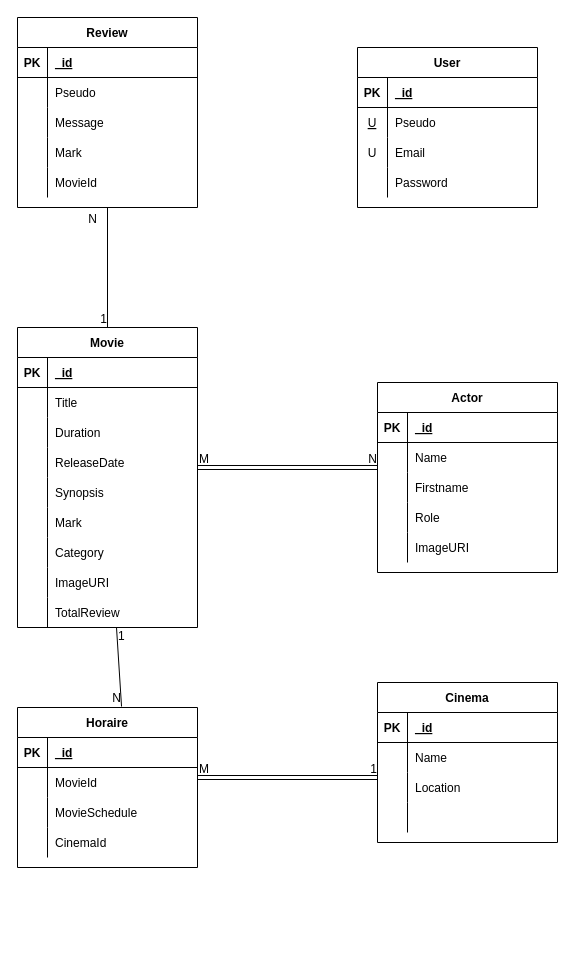
This is Doc/MCD/AluilCineMCD.drawio from thomasMagalhaes30/AluilCine, a draw.io file, before an edit. Source tidied: cells renumbered, new cells numbered last; positions are measured from the earlier drawing's top-left corner, leaving out a move shared by most shapes. Both pictures are drawn from the tidied source at 100%, with x=0, y=0 at pixel (17, 17).
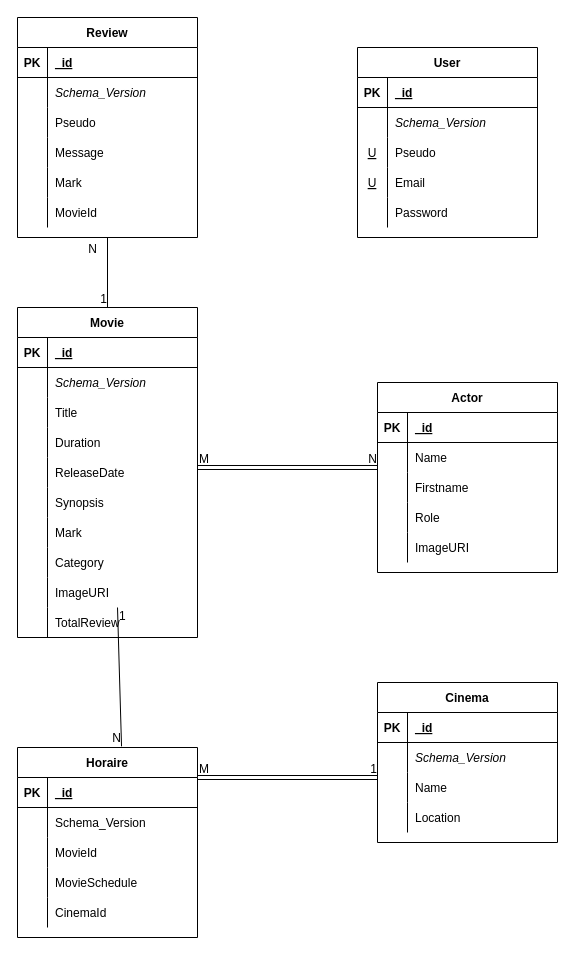
After the change.

Commit message (it also covers changes not shown here):
Modification MCD

The change refers to these unchanged cells:
```xml
<mxCell id="6" style="shape=tableRow;horizontal=0;startSize=0;swimlaneHead=0;swimlaneBody=0;fillColor=none;top=0;left=0;right=0;bottom=0;" parent="2" vertex="1">
  <mxGeometry y="60" width="180" height="30" as="geometry" />
</mxCell>
<mxCell id="49" value="Cinema" style="shape=table;startSize=30;childLayout=tableLayout;rowLines=0;fontStyle=1;align=center;" parent="1" vertex="1">
  <mxGeometry x="360" y="665" width="180" height="160" as="geometry" />
</mxCell>
<mxCell id="53" style="shape=tableRow;horizontal=0;startSize=0;swimlaneHead=0;swimlaneBody=0;fillColor=none;top=0;left=0;right=0;bottom=0;" parent="49" vertex="1">
  <mxGeometry y="60" width="180" height="30" as="geometry" />
</mxCell>
<mxCell id="66" style="shape=tableRow;horizontal=0;startSize=0;swimlaneHead=0;swimlaneBody=0;fillColor=none;top=0;left=0;right=0;bottom=0;" parent="62" vertex="1">
  <mxGeometry y="60" width="180" height="30" as="geometry" />
</mxCell>
<mxCell id="82" style="shape=tableRow;horizontal=0;startSize=0;swimlaneHead=0;swimlaneBody=0;fillColor=none;top=0;left=0;right=0;bottom=0;" parent="78" vertex="1">
  <mxGeometry y="60" width="180" height="30" as="geometry" />
</mxCell>
<mxCell id="95" style="shape=tableRow;horizontal=0;startSize=0;swimlaneHead=0;swimlaneBody=0;fillColor=none;top=0;left=0;right=0;bottom=0;" parent="91" vertex="1">
  <mxGeometry y="60" width="180" height="30" as="geometry" />
</mxCell>
```

Change to the diagram source:
```diff
@@
     <mxCell id="2" value="Movie" style="shape=table;startSize=30;childLayout=tableLayout;rowLines=0;fontStyle=1;align=center;" parent="1" vertex="1">
-      <mxGeometry y="310" width="180" height="300" as="geometry" />
+      <mxGeometry y="290" width="180" height="330" as="geometry" />
     </mxCell>
@@
-    <mxCell id="8" value="Title" style="shape=partialRectangle;fillColor=none;top=0;left=0;bottom=0;right=0;align=left;spacingLeft=6;overflow=hidden;" parent="6" vertex="1">
+    <mxCell id="8" value="Schema_Version" style="shape=partialRectangle;fillColor=none;top=0;left=0;bottom=0;right=0;align=left;spacingLeft=6;overflow=hidden;fontStyle=2;" parent="6" vertex="1">
       <mxGeometry x="30" width="150" height="30" as="geometry" />
     </mxCell>
+    <mxCell id="114" style="shape=tableRow;horizontal=0;startSize=0;swimlaneHead=0;swimlaneBody=0;fillColor=none;top=0;left=0;right=0;bottom=0;" parent="2" vertex="1">
+      <mxGeometry y="90" width="180" height="30" as="geometry" />
+    </mxCell>
+    <mxCell id="115" style="shape=partialRectangle;fillColor=none;top=0;left=0;bottom=0;right=0;overflow=hidden;" parent="114" vertex="1">
+      <mxGeometry width="30" height="30" as="geometry" />
+    </mxCell>
+    <mxCell id="116" value="Title" style="shape=partialRectangle;fillColor=none;top=0;left=0;bottom=0;right=0;align=left;spacingLeft=6;overflow=hidden;" parent="114" vertex="1">
+      <mxGeometry x="30" width="150" height="30" as="geometry" />
+    </mxCell>
     <mxCell id="9" style="shape=tableRow;horizontal=0;startSize=0;swimlaneHead=0;swimlaneBody=0;fillColor=none;top=0;left=0;right=0;bottom=0;" parent="2" vertex="1">
-      <mxGeometry y="90" width="180" height="30" as="geometry" />
+      <mxGeometry y="120" width="180" height="30" as="geometry" />
     </mxCell>
@@
     <mxCell id="12" style="shape=tableRow;horizontal=0;startSize=0;swimlaneHead=0;swimlaneBody=0;fillColor=none;top=0;left=0;right=0;bottom=0;" parent="2" vertex="1">
-      <mxGeometry y="120" width="180" height="30" as="geometry" />
+      <mxGeometry y="150" width="180" height="30" as="geometry" />
     </mxCell>
@@
     <mxCell id="15" style="shape=tableRow;horizontal=0;startSize=0;swimlaneHead=0;swimlaneBody=0;fillColor=none;top=0;left=0;right=0;bottom=0;" parent="2" vertex="1">
-      <mxGeometry y="150" width="180" height="30" as="geometry" />
+      <mxGeometry y="180" width="180" height="30" as="geometry" />
     </mxCell>
@@
     <mxCell id="18" style="shape=tableRow;horizontal=0;startSize=0;swimlaneHead=0;swimlaneBody=0;fillColor=none;top=0;left=0;right=0;bottom=0;" parent="2" vertex="1">
-      <mxGeometry y="180" width="180" height="30" as="geometry" />
+      <mxGeometry y="210" width="180" height="30" as="geometry" />
     </mxCell>
@@
     <mxCell id="21" style="shape=tableRow;horizontal=0;startSize=0;swimlaneHead=0;swimlaneBody=0;fillColor=none;top=0;left=0;right=0;bottom=0;" parent="2" vertex="1">
-      <mxGeometry y="210" width="180" height="30" as="geometry" />
+      <mxGeometry y="240" width="180" height="30" as="geometry" />
     </mxCell>
@@
     <mxCell id="24" style="shape=tableRow;horizontal=0;startSize=0;swimlaneHead=0;swimlaneBody=0;fillColor=none;top=0;left=0;right=0;bottom=0;" parent="2" vertex="1">
-      <mxGeometry y="240" width="180" height="30" as="geometry" />
+      <mxGeometry y="270" width="180" height="30" as="geometry" />
     </mxCell>
@@
     <mxCell id="27" style="shape=tableRow;horizontal=0;startSize=0;swimlaneHead=0;swimlaneBody=0;fillColor=none;points=[[0,0.5],[1,0.5]];portConstraint=eastwest;top=0;left=0;right=0;bottom=0;" parent="2" vertex="1">
-      <mxGeometry y="270" width="180" height="30" as="geometry" />
+      <mxGeometry y="300" width="180" height="30" as="geometry" />
     </mxCell>
@@
-    <mxCell id="55" value="Name" style="shape=partialRectangle;fillColor=none;top=0;left=0;bottom=0;right=0;align=left;spacingLeft=6;overflow=hidden;" parent="53" vertex="1">
+    <mxCell id="55" value="Schema_Version" style="shape=partialRectangle;fillColor=none;top=0;left=0;bottom=0;right=0;align=left;spacingLeft=6;overflow=hidden;fontStyle=2;" parent="53" vertex="1">
       <mxGeometry x="30" width="150" height="30" as="geometry" />
     </mxCell>
+    <mxCell id="117" style="shape=tableRow;horizontal=0;startSize=0;swimlaneHead=0;swimlaneBody=0;fillColor=none;top=0;left=0;right=0;bottom=0;" parent="49" vertex="1">
+      <mxGeometry y="90" width="180" height="30" as="geometry" />
+    </mxCell>
+    <mxCell id="118" style="shape=partialRectangle;fillColor=none;top=0;left=0;bottom=0;right=0;overflow=hidden;" parent="117" vertex="1">
+      <mxGeometry width="30" height="30" as="geometry" />
+    </mxCell>
+    <mxCell id="119" value="Name" style="shape=partialRectangle;fillColor=none;top=0;left=0;bottom=0;right=0;align=left;spacingLeft=6;overflow=hidden;" parent="117" vertex="1">
+      <mxGeometry x="30" width="150" height="30" as="geometry" />
+    </mxCell>
     <mxCell id="56" style="shape=tableRow;horizontal=0;startSize=0;swimlaneHead=0;swimlaneBody=0;fillColor=none;top=0;left=0;right=0;bottom=0;" parent="49" vertex="1">
-      <mxGeometry y="90" width="180" height="30" as="geometry" />
+      <mxGeometry y="120" width="180" height="30" as="geometry" />
     </mxCell>
@@
-    <mxCell id="59" style="shape=tableRow;horizontal=0;startSize=0;swimlaneHead=0;swimlaneBody=0;fillColor=none;top=0;left=0;right=0;bottom=0;" parent="49" vertex="1">
-      <mxGeometry y="120" width="180" height="30" as="geometry" />
-    </mxCell>
-    <mxCell id="60" style="shape=partialRectangle;fillColor=none;top=0;left=0;bottom=0;right=0;overflow=hidden;" parent="59" vertex="1">
-      <mxGeometry width="30" height="30" as="geometry" />
-    </mxCell>
-    <mxCell id="61" style="shape=partialRectangle;fillColor=none;top=0;left=0;bottom=0;right=0;align=left;spacingLeft=6;overflow=hidden;" parent="59" vertex="1">
-      <mxGeometry x="30" width="150" height="30" as="geometry" />
-    </mxCell>
     <mxCell id="62" value="Horaire" style="shape=table;startSize=30;childLayout=tableLayout;rowLines=0;fontStyle=1;align=center;" parent="1" vertex="1">
-      <mxGeometry y="690" width="180" height="160" as="geometry" />
+      <mxGeometry y="730" width="180" height="190" as="geometry" />
     </mxCell>
@@
-    <mxCell id="68" value="MovieId" style="shape=partialRectangle;fillColor=none;top=0;left=0;bottom=0;right=0;align=left;spacingLeft=6;overflow=hidden;" parent="66" vertex="1">
+    <mxCell id="68" value="Schema_Version" style="shape=partialRectangle;fillColor=none;top=0;left=0;bottom=0;right=0;align=left;spacingLeft=6;overflow=hidden;" parent="66" vertex="1">
       <mxGeometry x="30" width="150" height="30" as="geometry" />
     </mxCell>
+    <mxCell id="120" style="shape=tableRow;horizontal=0;startSize=0;swimlaneHead=0;swimlaneBody=0;fillColor=none;top=0;left=0;right=0;bottom=0;" parent="62" vertex="1">
+      <mxGeometry y="90" width="180" height="30" as="geometry" />
+    </mxCell>
+    <mxCell id="121" style="shape=partialRectangle;fillColor=none;top=0;left=0;bottom=0;right=0;overflow=hidden;" parent="120" vertex="1">
+      <mxGeometry width="30" height="30" as="geometry" />
+    </mxCell>
+    <mxCell id="122" value="MovieId" style="shape=partialRectangle;fillColor=none;top=0;left=0;bottom=0;right=0;align=left;spacingLeft=6;overflow=hidden;" parent="120" vertex="1">
+      <mxGeometry x="30" width="150" height="30" as="geometry" />
+    </mxCell>
     <mxCell id="69" style="shape=tableRow;horizontal=0;startSize=0;swimlaneHead=0;swimlaneBody=0;fillColor=none;top=0;left=0;right=0;bottom=0;" parent="62" vertex="1">
-      <mxGeometry y="90" width="180" height="30" as="geometry" />
+      <mxGeometry y="120" width="180" height="30" as="geometry" />
     </mxCell>
@@
     <mxCell id="72" style="shape=tableRow;horizontal=0;startSize=0;swimlaneHead=0;swimlaneBody=0;fillColor=none;top=0;left=0;right=0;bottom=0;" parent="62" vertex="1">
-      <mxGeometry y="120" width="180" height="30" as="geometry" />
+      <mxGeometry y="150" width="180" height="30" as="geometry" />
     </mxCell>
@@
     <mxCell id="78" value="User" style="shape=table;startSize=30;childLayout=tableLayout;rowLines=0;fontStyle=1;align=center;" parent="1" vertex="1">
-      <mxGeometry x="340" y="30" width="180" height="160" as="geometry" />
+      <mxGeometry x="340" y="30" width="180" height="190" as="geometry" />
     </mxCell>
@@
-    <mxCell id="83" value="U" style="shape=partialRectangle;fillColor=none;top=0;left=0;bottom=0;right=0;overflow=hidden;fontStyle=4;" parent="82" vertex="1">
+    <mxCell id="83" style="shape=partialRectangle;fillColor=none;top=0;left=0;bottom=0;right=0;overflow=hidden;fontStyle=4;" parent="82" vertex="1">
       <mxGeometry width="30" height="30" as="geometry" />
     </mxCell>
-    <mxCell id="84" value="Pseudo" style="shape=partialRectangle;fillColor=none;top=0;left=0;bottom=0;right=0;align=left;spacingLeft=6;overflow=hidden;" parent="82" vertex="1">
+    <mxCell id="84" value="Schema_Version" style="shape=partialRectangle;fillColor=none;top=0;left=0;bottom=0;right=0;align=left;spacingLeft=6;overflow=hidden;fontStyle=2;" parent="82" vertex="1">
       <mxGeometry x="30" width="150" height="30" as="geometry" />
     </mxCell>
+    <mxCell id="123" style="shape=tableRow;horizontal=0;startSize=0;swimlaneHead=0;swimlaneBody=0;fillColor=none;top=0;left=0;right=0;bottom=0;" parent="78" vertex="1">
+      <mxGeometry y="90" width="180" height="30" as="geometry" />
+    </mxCell>
+    <mxCell id="124" value="U" style="shape=partialRectangle;fillColor=none;top=0;left=0;bottom=0;right=0;overflow=hidden;fontStyle=4;" parent="123" vertex="1">
+      <mxGeometry width="30" height="30" as="geometry" />
+    </mxCell>
+    <mxCell id="125" value="Pseudo" style="shape=partialRectangle;fillColor=none;top=0;left=0;bottom=0;right=0;align=left;spacingLeft=6;overflow=hidden;" parent="123" vertex="1">
+      <mxGeometry x="30" width="150" height="30" as="geometry" />
+    </mxCell>
     <mxCell id="85" style="shape=tableRow;horizontal=0;startSize=0;swimlaneHead=0;swimlaneBody=0;fillColor=none;top=0;left=0;right=0;bottom=0;" parent="78" vertex="1">
-      <mxGeometry y="90" width="180" height="30" as="geometry" />
+      <mxGeometry y="120" width="180" height="30" as="geometry" />
     </mxCell>
-    <mxCell id="86" value="U" style="shape=partialRectangle;fillColor=none;top=0;left=0;bottom=0;right=0;overflow=hidden;" parent="85" vertex="1">
+    <mxCell id="86" value="U" style="shape=partialRectangle;fillColor=none;top=0;left=0;bottom=0;right=0;overflow=hidden;fontStyle=4;" parent="85" vertex="1">
       <mxGeometry width="30" height="30" as="geometry" />
     </mxCell>
@@
     <mxCell id="88" style="shape=tableRow;horizontal=0;startSize=0;swimlaneHead=0;swimlaneBody=0;fillColor=none;top=0;left=0;right=0;bottom=0;" parent="78" vertex="1">
-      <mxGeometry y="120" width="180" height="30" as="geometry" />
+      <mxGeometry y="150" width="180" height="30" as="geometry" />
     </mxCell>
@@
     <mxCell id="91" value="Review" style="shape=table;startSize=30;childLayout=tableLayout;rowLines=0;fontStyle=1;align=center;" parent="1" vertex="1">
-      <mxGeometry width="180" height="190" as="geometry" />
+      <mxGeometry width="180" height="220" as="geometry" />
     </mxCell>
@@
-    <mxCell id="97" value="Pseudo" style="shape=partialRectangle;fillColor=none;top=0;left=0;bottom=0;right=0;align=left;spacingLeft=6;overflow=hidden;" parent="95" vertex="1">
+    <mxCell id="97" value="Schema_Version" style="shape=partialRectangle;fillColor=none;top=0;left=0;bottom=0;right=0;align=left;spacingLeft=6;overflow=hidden;fontStyle=2;" parent="95" vertex="1">
       <mxGeometry x="30" width="150" height="30" as="geometry" />
     </mxCell>
+    <mxCell id="126" style="shape=tableRow;horizontal=0;startSize=0;swimlaneHead=0;swimlaneBody=0;fillColor=none;top=0;left=0;right=0;bottom=0;" parent="91" vertex="1">
+      <mxGeometry y="90" width="180" height="30" as="geometry" />
+    </mxCell>
+    <mxCell id="127" style="shape=partialRectangle;fillColor=none;top=0;left=0;bottom=0;right=0;overflow=hidden;" parent="126" vertex="1">
+      <mxGeometry width="30" height="30" as="geometry" />
+    </mxCell>
+    <mxCell id="128" value="Pseudo" style="shape=partialRectangle;fillColor=none;top=0;left=0;bottom=0;right=0;align=left;spacingLeft=6;overflow=hidden;" parent="126" vertex="1">
+      <mxGeometry x="30" width="150" height="30" as="geometry" />
+    </mxCell>
     <mxCell id="98" style="shape=tableRow;horizontal=0;startSize=0;swimlaneHead=0;swimlaneBody=0;fillColor=none;top=0;left=0;right=0;bottom=0;" parent="91" vertex="1">
-      <mxGeometry y="90" width="180" height="30" as="geometry" />
+      <mxGeometry y="120" width="180" height="30" as="geometry" />
     </mxCell>
@@
     <mxCell id="101" style="shape=tableRow;horizontal=0;startSize=0;swimlaneHead=0;swimlaneBody=0;fillColor=none;top=0;left=0;right=0;bottom=0;" parent="91" vertex="1">
-      <mxGeometry y="120" width="180" height="30" as="geometry" />
+      <mxGeometry y="150" width="180" height="30" as="geometry" />
     </mxCell>
@@
     <mxCell id="104" style="shape=tableRow;horizontal=0;startSize=0;swimlaneHead=0;swimlaneBody=0;fillColor=none;top=0;left=0;right=0;bottom=0;" parent="91" vertex="1">
-      <mxGeometry y="150" width="180" height="30" as="geometry" />
+      <mxGeometry y="180" width="180" height="30" as="geometry" />
     </mxCell>
@@
-    <mxCell id="107" style="endArrow=none;html=1;rounded=0;exitX=0.55;exitY=1;exitDx=0;exitDy=0;exitPerimeter=0;entryX=0.578;entryY=-0.006;entryDx=0;entryDy=0;entryPerimeter=0;" parent="1" edge="1" source="27" target="62">
-      <mxGeometry relative="1" as="geometry" />
+    <mxCell id="107" style="endArrow=none;html=1;rounded=0;exitX=0.583;exitY=1.1;exitDx=0;exitDy=0;exitPerimeter=0;entryX=0.578;entryY=-0.006;entryDx=0;entryDy=0;entryPerimeter=0;" parent="1" edge="1" target="62">
+      <mxGeometry relative="1" as="geometry">
+        <mxPoint x="100" y="590" as="sourcePoint" />
+      </mxGeometry>
     </mxCell>
```
